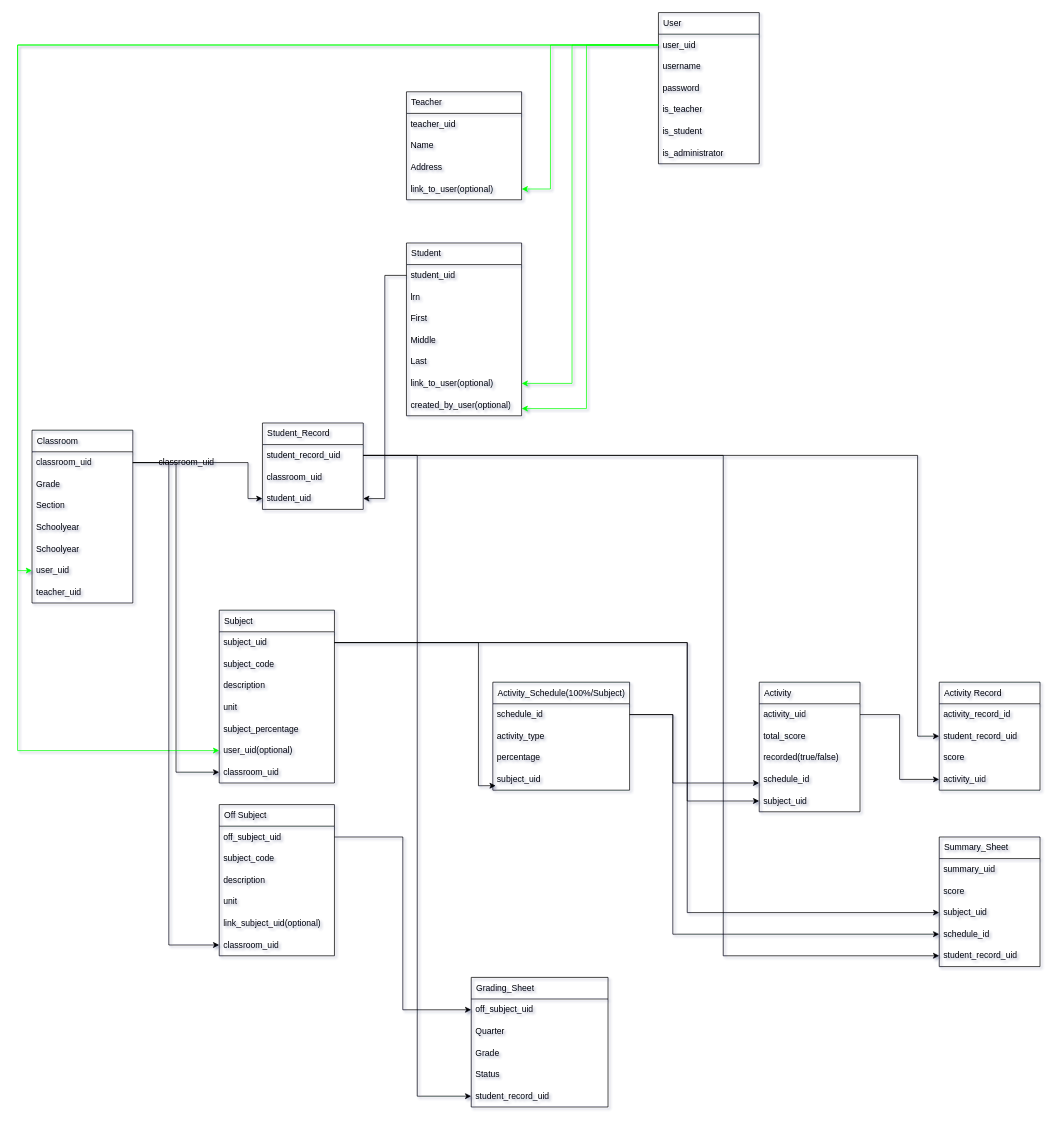
Above: Untitled Diagram.drawio in itzuki/EducBuddies (draw.io), before the change. Source tidied: cells renumbered, new cells numbered last; positions are measured from the earlier drawing's top-left corner, leaving out a move shared by most shapes. Both pictures are drawn from the tidied source at 72%, with x=0, y=0 at pixel (17, 12).
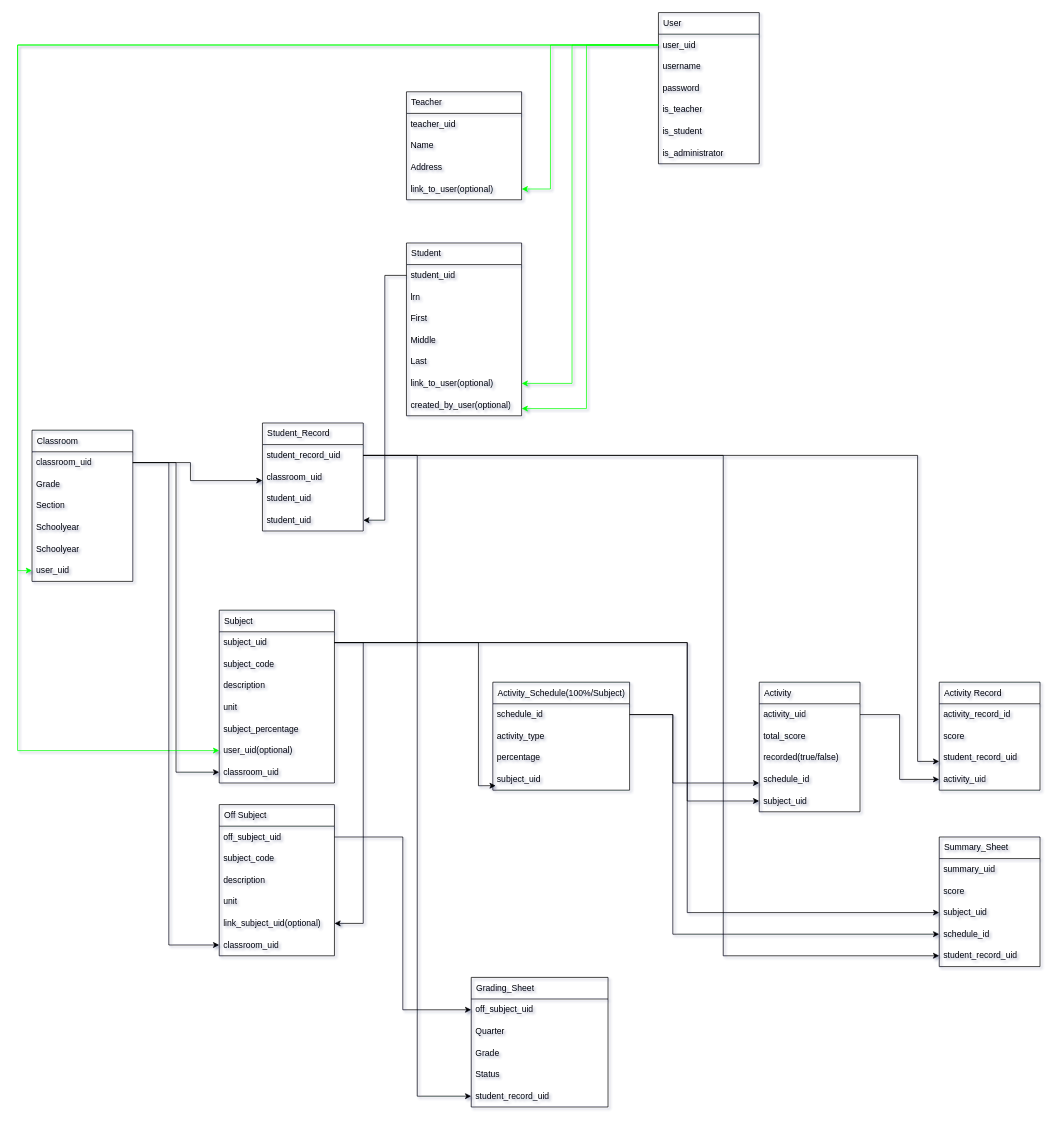
After the change.

The change refers to these unchanged cells:
```xml
<mxCell id="3" value="classroom_uid" style="text;strokeColor=none;fillColor=none;align=left;verticalAlign=middle;spacingLeft=4;spacingRight=4;overflow=hidden;points=[[0,0.5],[1,0.5]];portConstraint=eastwest;whiteSpace=wrap;html=1;fontFamily=Helvetica;fontSize=12;fontColor=default;" parent="2" vertex="1">
  <mxGeometry y="30" width="140" height="30" as="geometry" />
</mxCell>
<mxCell id="11" value="subject_uid" style="text;strokeColor=none;fillColor=none;align=left;verticalAlign=middle;spacingLeft=4;spacingRight=4;overflow=hidden;points=[[0,0.5],[1,0.5]];portConstraint=eastwest;whiteSpace=wrap;html=1;fontFamily=Helvetica;fontSize=12;fontColor=default;" parent="10" vertex="1">
  <mxGeometry y="30" width="160" height="30" as="geometry" />
</mxCell>
<mxCell id="37" value="student_record_uid" style="text;strokeColor=none;fillColor=none;align=left;verticalAlign=middle;spacingLeft=4;spacingRight=4;overflow=hidden;points=[[0,0.5],[1,0.5]];portConstraint=eastwest;whiteSpace=wrap;html=1;fontFamily=Helvetica;fontSize=12;fontColor=default;" parent="36" vertex="1">
  <mxGeometry y="30" width="140" height="30" as="geometry" />
</mxCell>
<mxCell id="38" value="classroom_uid" style="text;strokeColor=none;fillColor=none;align=left;verticalAlign=middle;spacingLeft=4;spacingRight=4;overflow=hidden;points=[[0,0.5],[1,0.5]];portConstraint=eastwest;whiteSpace=wrap;html=1;fontFamily=Helvetica;fontSize=12;fontColor=default;" parent="36" vertex="1">
  <mxGeometry y="60" width="140" height="30" as="geometry" />
</mxCell>
<mxCell id="55" value="link_subject_uid(optional)" style="text;strokeColor=none;fillColor=none;align=left;verticalAlign=middle;spacingLeft=4;spacingRight=4;overflow=hidden;points=[[0,0.5],[1,0.5]];portConstraint=eastwest;whiteSpace=wrap;html=1;fontFamily=Helvetica;fontSize=12;fontColor=default;" parent="50" vertex="1">
  <mxGeometry y="150" width="160" height="30" as="geometry" />
</mxCell>
<mxCell id="80" value="Activity Record" style="swimlane;fontStyle=0;horizontal=1;startSize=30;whiteSpace=wrap;html=1;strokeColor=inherit;align=left;verticalAlign=middle;spacingLeft=5;fontFamily=Helvetica;fontSize=12;fontColor=default;fillColor=none;" parent="1" vertex="1">
  <mxGeometry x="1280" y="930" width="140" height="150" as="geometry" />
</mxCell>
```

The edit, as a diff of the source:
```diff
@@
     <mxCell id="2" value="Classroom" style="swimlane;fontStyle=0;horizontal=1;startSize=30;whiteSpace=wrap;html=1;strokeColor=inherit;align=left;verticalAlign=middle;spacingLeft=5;fontFamily=Helvetica;fontSize=12;fontColor=default;fillColor=none;" parent="1" vertex="1">
-      <mxGeometry x="20" y="580" width="140" height="240" as="geometry" />
+      <mxGeometry x="20" y="580" width="140" height="210" as="geometry" />
     </mxCell>
@@
-    <mxCell id="9" value="teacher_uid" style="text;strokeColor=none;fillColor=none;align=left;verticalAlign=middle;spacingLeft=4;spacingRight=4;overflow=hidden;whiteSpace=wrap;html=1;fontFamily=Helvetica;fontSize=12;fontColor=default;" parent="2" vertex="1">
-      <mxGeometry y="210" width="140" height="30" as="geometry" />
-    </mxCell>
@@
     <mxCell id="36" value="Student_Record" style="swimlane;fontStyle=0;horizontal=1;startSize=30;whiteSpace=wrap;html=1;strokeColor=inherit;align=left;verticalAlign=middle;spacingLeft=5;fontFamily=Helvetica;fontSize=12;fontColor=default;fillColor=none;" parent="1" vertex="1">
-      <mxGeometry x="340" y="570" width="140" height="120" as="geometry" />
+      <mxGeometry x="340" y="570" width="140" height="150" as="geometry" />
     </mxCell>
@@
+    <mxCell id="97" value="student_uid" style="text;strokeColor=none;fillColor=none;align=left;verticalAlign=middle;spacingLeft=4;spacingRight=4;overflow=hidden;whiteSpace=wrap;html=1;fontFamily=Helvetica;fontSize=12;fontColor=default;" parent="36" vertex="1">
+      <mxGeometry y="90" width="140" height="30" as="geometry" />
+    </mxCell>
     <mxCell id="39" value="student_uid" style="text;strokeColor=none;fillColor=none;align=left;verticalAlign=middle;spacingLeft=4;spacingRight=4;overflow=hidden;points=[[0,0.5],[1,0.5]];portConstraint=eastwest;whiteSpace=wrap;html=1;fontFamily=Helvetica;fontSize=12;fontColor=default;" parent="36" vertex="1">
-      <mxGeometry y="90" width="140" height="30" as="geometry" />
+      <mxGeometry y="120" width="140" height="30" as="geometry" />
     </mxCell>
-    <mxCell id="40" style="edgeStyle=orthogonalEdgeStyle;rounded=0;jettySize=auto;html=1;fontFamily=Helvetica;fontSize=12;fontColor=default;entryX=0;entryY=0.5;entryDx=0;entryDy=0;" parent="1" edge="1" source="3" target="39">
+    <mxCell id="40" style="edgeStyle=orthogonalEdgeStyle;rounded=0;jettySize=auto;html=1;fontFamily=Helvetica;fontSize=12;fontColor=default;" parent="1" edge="1" source="3" target="38">
       <mxGeometry relative="1" as="geometry">
         <Array as="points">
-          <mxPoint x="320" y="625" />
-          <mxPoint x="320" y="675" />
+          <mxPoint x="240" y="625" />
+          <mxPoint x="240" y="650" />
         </Array>
       </mxGeometry>
     </mxCell>
@@
+    <mxCell id="83" value="score" style="text;strokeColor=none;fillColor=none;align=left;verticalAlign=middle;spacingLeft=4;spacingRight=4;overflow=hidden;whiteSpace=wrap;html=1;fontFamily=Helvetica;fontSize=12;fontColor=default;" parent="80" vertex="1">
+      <mxGeometry y="60" width="140" height="30" as="geometry" />
+    </mxCell>
     <mxCell id="82" value="student_record_uid" style="text;strokeColor=none;fillColor=none;align=left;verticalAlign=middle;spacingLeft=4;spacingRight=4;overflow=hidden;points=[[0,0.5],[1,0.5]];portConstraint=eastwest;whiteSpace=wrap;html=1;fontFamily=Helvetica;fontSize=12;fontColor=default;" parent="80" vertex="1">
-      <mxGeometry y="60" width="140" height="30" as="geometry" />
+      <mxGeometry y="90" width="140" height="30" as="geometry" />
     </mxCell>
-    <mxCell id="83" value="score" style="text;strokeColor=none;fillColor=none;align=left;verticalAlign=middle;spacingLeft=4;spacingRight=4;overflow=hidden;whiteSpace=wrap;html=1;fontFamily=Helvetica;fontSize=12;fontColor=default;" parent="80" vertex="1">
-      <mxGeometry y="90" width="140" height="30" as="geometry" />
-    </mxCell>
@@
     <mxCell id="86" style="edgeStyle=orthogonalEdgeStyle;rounded=0;jettySize=auto;html=1;fontFamily=Helvetica;fontSize=12;fontColor=default;" parent="1" edge="1" source="37" target="82">
       <mxGeometry relative="1" as="geometry">
         <Array as="points">
           <mxPoint x="1250" y="615" />
-          <mxPoint x="1250" y="1005" />
+          <mxPoint x="1250" y="1040" />
         </Array>
       </mxGeometry>
     </mxCell>
@@
-    <mxCell id="95" value="classroom_uid" style="text;strokeColor=none;fillColor=none;align=left;verticalAlign=middle;spacingLeft=4;spacingRight=4;overflow=hidden;whiteSpace=wrap;html=1;fontFamily=Helvetica;fontSize=12;fontColor=default;" parent="1" vertex="1">
-      <mxGeometry x="190" y="610" width="140" height="30" as="geometry" />
-    </mxCell>
@@
+    <mxCell id="98" style="edgeStyle=orthogonalEdgeStyle;rounded=0;jettySize=auto;html=1;fontFamily=Helvetica;fontSize=12;fontColor=default;" parent="1" edge="1" source="11" target="55">
+      <mxGeometry relative="1" as="geometry">
+        <Array as="points">
+          <mxPoint x="480" y="875" />
+          <mxPoint x="480" y="1265" />
+        </Array>
+      </mxGeometry>
+    </mxCell>
```
